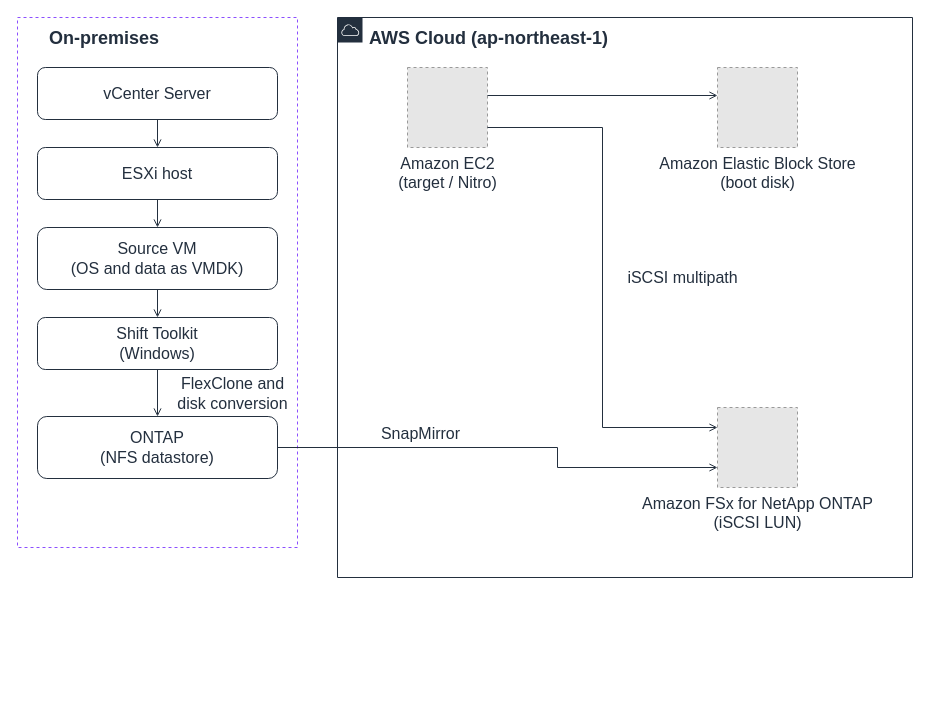
Yoshiki0705/VMware-Migration-EC2-ONTAP keeps this draw.io diagram as docs/_assets/diagrams/atx-fsxn-onprem-to-aws-en.drawio. Above is the earlier version. Source tidied: cells renumbered, new cells numbered last; positions are measured from the earlier drawing's top-left corner, leaving out a move shared by most shapes. Both pictures are drawn from the tidied source at 100%, with x=0, y=0 at pixel (17, 17). Pictures stored in the file or linked from it are replaced by grey dashed boxes.
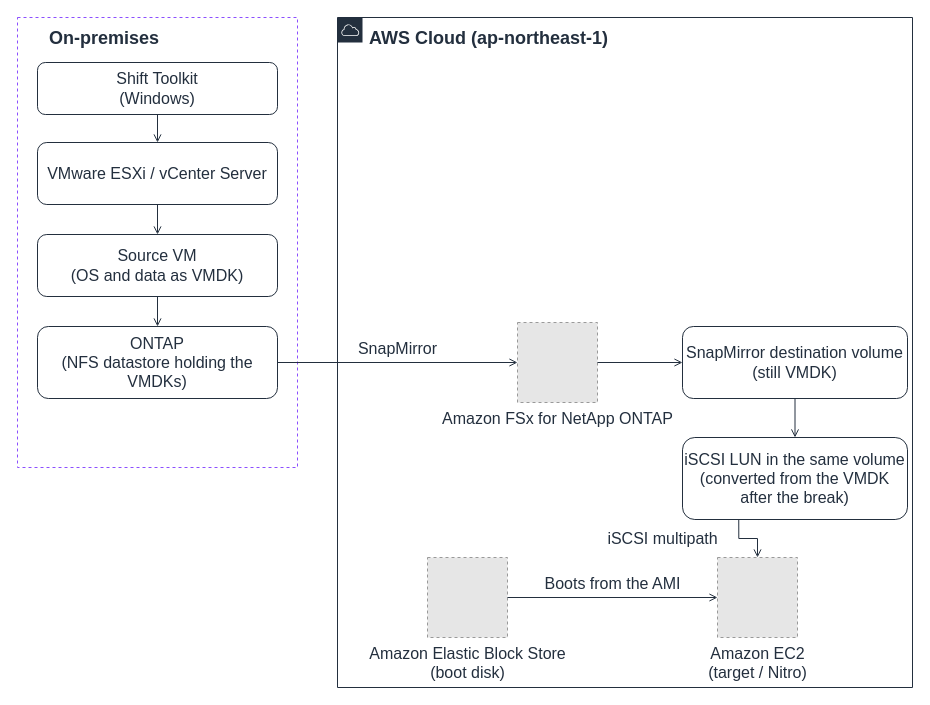
The same page after the edit.

The edit, as a diff of the source:
```diff
@@
     <mxCell id="2" value="On-premises" style="gradientColor=none;html=1;whiteSpace=wrap;fontSize=18;fontStyle=1;fontColor=#232F3E;shape=mxgraph.aws4.group;strokeColor=#8C4FFF;fillColor=none;verticalAlign=top;align=left;spacingLeft=30;spacingTop=4;dashed=1;" parent="1" vertex="1">
-      <mxGeometry width="280" height="530" as="geometry" />
+      <mxGeometry width="280" height="450" as="geometry" />
     </mxCell>
     <mxCell id="3" value="AWS Cloud (ap-northeast-1)" style="gradientColor=none;html=1;whiteSpace=wrap;fontSize=18;fontStyle=1;fontColor=#232F3E;shape=mxgraph.aws4.group;grIcon=mxgraph.aws4.group_aws_cloud;strokeColor=#232F3E;fillColor=none;verticalAlign=top;align=left;spacingLeft=30;spacingTop=4;dashed=0;" parent="1" vertex="1">
-      <mxGeometry x="320" width="575" height="560" as="geometry" />
+      <mxGeometry x="320" width="575" height="670" as="geometry" />
     </mxCell>
-    <mxCell id="4" value="vCenter Server" style="rounded=1;whiteSpace=wrap;html=1;strokeColor=#232F3E;fillColor=none;fontColor=#232F3E;fontSize=16;verticalAlign=middle;align=center;" parent="1" vertex="1">
-      <mxGeometry x="20" y="50" width="240" height="52" as="geometry" />
-    </mxCell>
-    <mxCell id="5" value="ESXi host" style="rounded=1;whiteSpace=wrap;html=1;strokeColor=#232F3E;fillColor=none;fontColor=#232F3E;fontSize=16;verticalAlign=middle;align=center;" parent="1" vertex="1">
-      <mxGeometry x="20" y="130" width="240" height="52" as="geometry" />
-    </mxCell>
+    <mxCell id="7" value="Shift Toolkit&#10;(Windows)" style="rounded=1;whiteSpace=wrap;html=1;strokeColor=#232F3E;fillColor=none;fontColor=#232F3E;fontSize=16;verticalAlign=middle;align=center;" parent="1" vertex="1">
+      <mxGeometry x="20" y="45" width="240" height="52" as="geometry" />
+    </mxCell>
+    <mxCell id="19" value="VMware ESXi / vCenter Server" style="rounded=1;whiteSpace=wrap;html=1;strokeColor=#232F3E;fillColor=none;fontColor=#232F3E;fontSize=16;verticalAlign=middle;align=center;" parent="1" vertex="1">
+      <mxGeometry x="20" y="125" width="240" height="62" as="geometry" />
+    </mxCell>
     <mxCell id="6" value="Source VM&#10;(OS and data as VMDK)" style="rounded=1;whiteSpace=wrap;html=1;strokeColor=#232F3E;fillColor=none;fontColor=#232F3E;fontSize=16;verticalAlign=middle;align=center;" parent="1" vertex="1">
-      <mxGeometry x="20" y="210" width="240" height="62" as="geometry" />
+      <mxGeometry x="20" y="217" width="240" height="62" as="geometry" />
     </mxCell>
-    <mxCell id="7" value="Shift Toolkit&#10;(Windows)" style="rounded=1;whiteSpace=wrap;html=1;strokeColor=#232F3E;fillColor=none;fontColor=#232F3E;fontSize=16;verticalAlign=middle;align=center;" parent="1" vertex="1">
-      <mxGeometry x="20" y="300" width="240" height="52" as="geometry" />
-    </mxCell>
-    <mxCell id="8" value="ONTAP&#10;(NFS datastore)" style="rounded=1;whiteSpace=wrap;html=1;strokeColor=#232F3E;fillColor=none;fontColor=#232F3E;fontSize=16;verticalAlign=middle;align=center;" parent="1" vertex="1">
-      <mxGeometry x="20" y="399" width="240" height="62" as="geometry" />
+    <mxCell id="8" value="ONTAP&#10;(NFS datastore holding the VMDKs)" style="rounded=1;whiteSpace=wrap;html=1;strokeColor=#232F3E;fillColor=none;fontColor=#232F3E;fontSize=16;verticalAlign=middle;align=center;" parent="1" vertex="1">
+      <mxGeometry x="20" y="309" width="240" height="72" as="geometry" />
     </mxCell>
+    <mxCell id="20" value="SnapMirror destination volume&#10;(still VMDK)" style="rounded=1;whiteSpace=wrap;html=1;strokeColor=#232F3E;fillColor=none;fontColor=#232F3E;fontSize=16;verticalAlign=middle;align=center;" parent="1" vertex="1">
+      <mxGeometry x="665" y="309" width="225" height="72" as="geometry" />
+    </mxCell>
+    <mxCell id="21" value="iSCSI LUN in the same volume&#10;(converted from the VMDK after the break)" style="rounded=1;whiteSpace=wrap;html=1;strokeColor=#232F3E;fillColor=none;fontColor=#232F3E;fontSize=16;verticalAlign=middle;align=center;" parent="1" vertex="1">
+      <mxGeometry x="665" y="420" width="225" height="82" as="geometry" />
+    </mxCell>
+    <mxCell id="11" value="Amazon FSx for NetApp ONTAP" style="fillColor=#E6E6E6;strokeColor=#999999;dashed=1;html=1;verticalLabelPosition=bottom;verticalAlign=top;labelPosition=center;align=center;fontSize=16;fontColor=#232F3E;" parent="1" vertex="1">
+      <mxGeometry x="500" y="305" width="80" height="80" as="geometry" />
+    </mxCell>
+    <mxCell id="10" value="Amazon Elastic Block Store&#10;(boot disk)" style="fillColor=#E6E6E6;strokeColor=#999999;dashed=1;html=1;verticalLabelPosition=bottom;verticalAlign=top;labelPosition=center;align=center;fontSize=16;fontColor=#232F3E;" parent="1" vertex="1">
+      <mxGeometry x="410" y="540" width="80" height="80" as="geometry" />
+    </mxCell>
     <mxCell id="9" value="Amazon EC2&#10;(target / Nitro)" style="fillColor=#E6E6E6;strokeColor=#999999;dashed=1;html=1;verticalLabelPosition=bottom;verticalAlign=top;labelPosition=center;align=center;fontSize=16;fontColor=#232F3E;" parent="1" vertex="1">
-      <mxGeometry x="390" y="50" width="80" height="80" as="geometry" />
+      <mxGeometry x="700" y="540" width="80" height="80" as="geometry" />
     </mxCell>
-    <mxCell id="10" value="Amazon Elastic Block Store&#10;(boot disk)" style="fillColor=#E6E6E6;strokeColor=#999999;dashed=1;html=1;verticalLabelPosition=bottom;verticalAlign=top;labelPosition=center;align=center;fontSize=16;fontColor=#232F3E;" parent="1" vertex="1">
-      <mxGeometry x="700" y="50" width="80" height="80" as="geometry" />
-    </mxCell>
-    <mxCell id="11" value="Amazon FSx for NetApp ONTAP&#10;(iSCSI LUN)" style="fillColor=#E6E6E6;strokeColor=#999999;dashed=1;html=1;verticalLabelPosition=bottom;verticalAlign=top;labelPosition=center;align=center;fontSize=16;fontColor=#232F3E;" parent="1" vertex="1">
-      <mxGeometry x="700" y="390" width="80" height="80" as="geometry" />
-    </mxCell>
-    <mxCell id="12" style="edgeStyle=orthogonalEdgeStyle;rounded=0;html=1;endArrow=open;endFill=0;strokeColor=#232F3E;strokeWidth=1;fontSize=16;fontColor=#232F3E;labelBackgroundColor=#FFFFFF;exitX=0.5;exitY=1;exitDx=0;exitDy=0;entryX=0.5;entryY=0;entryDx=0;entryDy=0;" parent="1" edge="1" source="4" target="5">
-      <mxGeometry relative="1" as="geometry" />
-    </mxCell>
-    <mxCell id="13" style="edgeStyle=orthogonalEdgeStyle;rounded=0;html=1;endArrow=open;endFill=0;strokeColor=#232F3E;strokeWidth=1;fontSize=16;fontColor=#232F3E;labelBackgroundColor=#FFFFFF;exitX=0.5;exitY=1;exitDx=0;exitDy=0;entryX=0.5;entryY=0;entryDx=0;entryDy=0;" parent="1" edge="1" source="5" target="6">
-      <mxGeometry relative="1" as="geometry" />
-    </mxCell>
-    <mxCell id="14" style="edgeStyle=orthogonalEdgeStyle;rounded=0;html=1;endArrow=open;endFill=0;strokeColor=#232F3E;strokeWidth=1;fontSize=16;fontColor=#232F3E;labelBackgroundColor=#FFFFFF;exitX=0.5;exitY=1;exitDx=0;exitDy=0;entryX=0.5;entryY=0;entryDx=0;entryDy=0;" parent="1" edge="1" source="6" target="7">
-      <mxGeometry relative="1" as="geometry" />
-    </mxCell>
-    <mxCell id="15" value="FlexClone and&#10;disk conversion" style="edgeStyle=orthogonalEdgeStyle;rounded=0;html=1;endArrow=open;endFill=0;strokeColor=#232F3E;strokeWidth=1;fontSize=16;fontColor=#232F3E;labelBackgroundColor=#FFFFFF;exitX=0.5;exitY=1;exitDx=0;exitDy=0;entryX=0.5;entryY=0;entryDx=0;entryDy=0;" parent="1" edge="1" source="7" target="8">
-      <mxGeometry relative="1" as="geometry">
-        <mxPoint x="75" as="offset" />
-      </mxGeometry>
-    </mxCell>
+    <mxCell id="22" style="edgeStyle=orthogonalEdgeStyle;rounded=0;html=1;endArrow=open;endFill=0;strokeColor=#232F3E;strokeWidth=1;fontSize=16;fontColor=#232F3E;labelBackgroundColor=#FFFFFF;exitX=0.5;exitY=1;exitDx=0;exitDy=0;entryX=0.5;entryY=0;entryDx=0;entryDy=0;" parent="1" edge="1" source="7" target="19">
+      <mxGeometry relative="1" as="geometry" />
+    </mxCell>
+    <mxCell id="23" style="edgeStyle=orthogonalEdgeStyle;rounded=0;html=1;endArrow=open;endFill=0;strokeColor=#232F3E;strokeWidth=1;fontSize=16;fontColor=#232F3E;labelBackgroundColor=#FFFFFF;exitX=0.5;exitY=1;exitDx=0;exitDy=0;entryX=0.5;entryY=0;entryDx=0;entryDy=0;" parent="1" edge="1" source="19" target="6">
+      <mxGeometry relative="1" as="geometry" />
+    </mxCell>
+    <mxCell id="24" style="edgeStyle=orthogonalEdgeStyle;rounded=0;html=1;endArrow=open;endFill=0;strokeColor=#232F3E;strokeWidth=1;fontSize=16;fontColor=#232F3E;labelBackgroundColor=#FFFFFF;exitX=0.5;exitY=1;exitDx=0;exitDy=0;entryX=0.5;entryY=0;entryDx=0;entryDy=0;" parent="1" edge="1" source="6" target="8">
+      <mxGeometry relative="1" as="geometry" />
+    </mxCell>
-    <mxCell id="16" value="SnapMirror" style="edgeStyle=orthogonalEdgeStyle;rounded=0;html=1;endArrow=open;endFill=0;strokeColor=#232F3E;strokeWidth=1;fontSize=16;fontColor=#232F3E;labelBackgroundColor=#FFFFFF;exitX=1;exitY=0.5;exitDx=0;exitDy=0;entryX=0;entryY=0.75;entryDx=0;entryDy=0;" parent="1" edge="1" source="8" target="11">
-      <mxGeometry x="-0.38" relative="1" as="geometry">
-        <Array as="points">
-          <mxPoint x="540" y="430" />
-          <mxPoint x="540" y="450" />
-        </Array>
+    <mxCell id="16" value="SnapMirror" style="edgeStyle=orthogonalEdgeStyle;rounded=0;html=1;endArrow=open;endFill=0;strokeColor=#232F3E;strokeWidth=1;fontSize=16;fontColor=#232F3E;labelBackgroundColor=#FFFFFF;exitX=1;exitY=0.5;exitDx=0;exitDy=0;entryX=0;entryY=0.5;entryDx=0;entryDy=0;" parent="1" edge="1" source="8" target="11">
+      <mxGeometry relative="1" as="geometry">
         <mxPoint y="-14" as="offset" />
       </mxGeometry>
     </mxCell>
-    <mxCell id="17" style="edgeStyle=orthogonalEdgeStyle;rounded=0;html=1;endArrow=open;endFill=0;strokeColor=#232F3E;strokeWidth=1;fontSize=16;fontColor=#232F3E;labelBackgroundColor=#FFFFFF;exitX=1;exitY=0.35;exitDx=0;exitDy=0;entryX=0;entryY=0.35;entryDx=0;entryDy=0;" parent="1" edge="1" source="9" target="10">
-      <mxGeometry relative="1" as="geometry" />
-    </mxCell>
+    <mxCell id="25" style="edgeStyle=orthogonalEdgeStyle;rounded=0;html=1;endArrow=open;endFill=0;strokeColor=#232F3E;strokeWidth=1;fontSize=16;fontColor=#232F3E;labelBackgroundColor=#FFFFFF;exitX=1;exitY=0.5;exitDx=0;exitDy=0;entryX=0;entryY=0.5;entryDx=0;entryDy=0;" parent="1" edge="1" source="11" target="20">
+      <mxGeometry relative="1" as="geometry" />
+    </mxCell>
+    <mxCell id="26" style="edgeStyle=orthogonalEdgeStyle;rounded=0;html=1;endArrow=open;endFill=0;strokeColor=#232F3E;strokeWidth=1;fontSize=16;fontColor=#232F3E;labelBackgroundColor=#FFFFFF;exitX=0.5;exitY=1;exitDx=0;exitDy=0;entryX=0.5;entryY=0;entryDx=0;entryDy=0;" parent="1" edge="1" source="20" target="21">
+      <mxGeometry relative="1" as="geometry" />
+    </mxCell>
+    <mxCell id="27" value="Boots from the AMI" style="edgeStyle=orthogonalEdgeStyle;rounded=0;html=1;endArrow=open;endFill=0;strokeColor=#232F3E;strokeWidth=1;fontSize=16;fontColor=#232F3E;labelBackgroundColor=#FFFFFF;exitX=1;exitY=0.5;exitDx=0;exitDy=0;entryX=0;entryY=0.5;entryDx=0;entryDy=0;" parent="1" edge="1" source="10" target="9">
+      <mxGeometry relative="1" as="geometry">
+        <mxPoint y="-14" as="offset" />
+      </mxGeometry>
+    </mxCell>
-    <mxCell id="18" value="iSCSI multipath" style="edgeStyle=orthogonalEdgeStyle;rounded=0;html=1;endArrow=open;endFill=0;strokeColor=#232F3E;strokeWidth=1;fontSize=16;fontColor=#232F3E;labelBackgroundColor=#FFFFFF;exitX=1;exitY=0.75;exitDx=0;exitDy=0;entryX=0;entryY=0.25;entryDx=0;entryDy=0;" parent="1" edge="1" source="9" target="11">
+    <mxCell id="18" value="iSCSI multipath" style="edgeStyle=orthogonalEdgeStyle;rounded=0;html=1;endArrow=open;endFill=0;strokeColor=#232F3E;strokeWidth=1;fontSize=16;fontColor=#232F3E;labelBackgroundColor=#FFFFFF;exitX=0.25;exitY=1;exitDx=0;exitDy=0;entryX=0.5;entryY=0;entryDx=0;entryDy=0;" parent="1" edge="1" source="21" target="9">
       <mxGeometry relative="1" as="geometry">
-        <mxPoint x="80" as="offset" />
+        <mxPoint x="-85" as="offset" />
       </mxGeometry>
     </mxCell>
```
